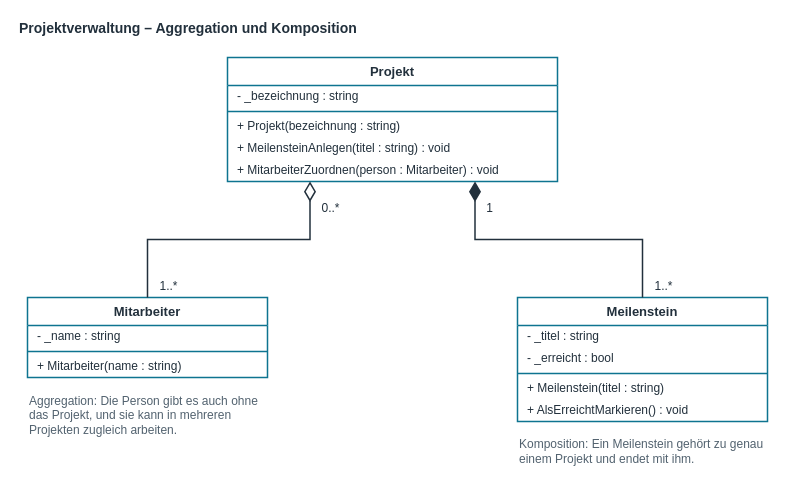
swop-bs/cheat-sheet keeps this draw.io diagram as methoden/uml/klassendiagramm_aggregation_komposition.drawio. Above is the earlier version. Source tidied: cells renumbered, new cells numbered last; positions are measured from the earlier drawing's top-left corner, leaving out a move shared by most shapes. Both pictures are drawn from the tidied source at 100%, with x=0, y=0 at pixel (17, 17).
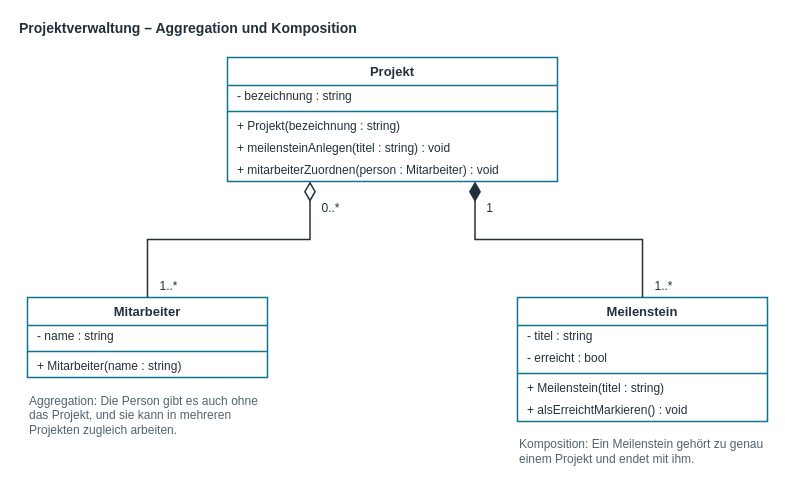
The same page after the edit.

Unchanged cells that the change refers to:
```xml
<mxCell id="3" value="Projekt" style="swimlane;fontStyle=1;align=center;verticalAlign=middle;horizontal=1;startSize=28;html=1;whiteSpace=wrap;fillColor=#FFFFFF;swimlaneFillColor=#FFFFFF;strokeColor=#0E7490;strokeWidth=1.5;fontFamily=Helvetica;fontSize=13;fontColor=#22303C;" parent="1" vertex="1">
  <mxGeometry x="210" y="40" width="330" height="124" as="geometry" />
</mxCell>
<mxCell id="9" value="Mitarbeiter" style="swimlane;fontStyle=1;align=center;verticalAlign=middle;horizontal=1;startSize=28;html=1;whiteSpace=wrap;fillColor=#FFFFFF;swimlaneFillColor=#FFFFFF;strokeColor=#0E7490;strokeWidth=1.5;fontFamily=Helvetica;fontSize=13;fontColor=#22303C;" parent="1" vertex="1">
  <mxGeometry x="10" y="280" width="240" height="80" as="geometry" />
</mxCell>
<mxCell id="13" value="Meilenstein" style="swimlane;fontStyle=1;align=center;verticalAlign=middle;horizontal=1;startSize=28;html=1;whiteSpace=wrap;fillColor=#FFFFFF;swimlaneFillColor=#FFFFFF;strokeColor=#0E7490;strokeWidth=1.5;fontFamily=Helvetica;fontSize=13;fontColor=#22303C;" parent="1" vertex="1">
  <mxGeometry x="500" y="280" width="250" height="124" as="geometry" />
</mxCell>
```

The edit, as a diff of the source:
```diff
@@
-    <mxCell id="4" value="- _bezeichnung : string" style="text;strokeColor=none;fillColor=none;align=left;verticalAlign=middle;spacingLeft=8;spacingRight=4;overflow=hidden;whiteSpace=wrap;html=1;fontFamily=Helvetica;fontSize=12;fontColor=#22303C;" parent="3" vertex="1">
+    <mxCell id="4" value="- bezeichnung : string" style="text;strokeColor=none;fillColor=none;align=left;verticalAlign=middle;spacingLeft=8;spacingRight=4;overflow=hidden;whiteSpace=wrap;html=1;fontFamily=Helvetica;fontSize=12;fontColor=#22303C;" parent="3" vertex="1">
       <mxGeometry y="28" width="330" height="22" as="geometry" />
     </mxCell>
@@
-    <mxCell id="7" value="+ MeilensteinAnlegen(titel : string) : void" style="text;strokeColor=none;fillColor=none;align=left;verticalAlign=middle;spacingLeft=8;spacingRight=4;overflow=hidden;whiteSpace=wrap;html=1;fontFamily=Helvetica;fontSize=12;fontColor=#22303C;" parent="3" vertex="1">
+    <mxCell id="7" value="+ meilensteinAnlegen(titel : string) : void" style="text;strokeColor=none;fillColor=none;align=left;verticalAlign=middle;spacingLeft=8;spacingRight=4;overflow=hidden;whiteSpace=wrap;html=1;fontFamily=Helvetica;fontSize=12;fontColor=#22303C;" parent="3" vertex="1">
       <mxGeometry y="80" width="330" height="22" as="geometry" />
     </mxCell>
-    <mxCell id="8" value="+ MitarbeiterZuordnen(person : Mitarbeiter) : void" style="text;strokeColor=none;fillColor=none;align=left;verticalAlign=middle;spacingLeft=8;spacingRight=4;overflow=hidden;whiteSpace=wrap;html=1;fontFamily=Helvetica;fontSize=12;fontColor=#22303C;" parent="3" vertex="1">
+    <mxCell id="8" value="+ mitarbeiterZuordnen(person : Mitarbeiter) : void" style="text;strokeColor=none;fillColor=none;align=left;verticalAlign=middle;spacingLeft=8;spacingRight=4;overflow=hidden;whiteSpace=wrap;html=1;fontFamily=Helvetica;fontSize=12;fontColor=#22303C;" parent="3" vertex="1">
       <mxGeometry y="102" width="330" height="22" as="geometry" />
     </mxCell>
@@
-    <mxCell id="10" value="- _name : string" style="text;strokeColor=none;fillColor=none;align=left;verticalAlign=middle;spacingLeft=8;spacingRight=4;overflow=hidden;whiteSpace=wrap;html=1;fontFamily=Helvetica;fontSize=12;fontColor=#22303C;" parent="9" vertex="1">
+    <mxCell id="10" value="- name : string" style="text;strokeColor=none;fillColor=none;align=left;verticalAlign=middle;spacingLeft=8;spacingRight=4;overflow=hidden;whiteSpace=wrap;html=1;fontFamily=Helvetica;fontSize=12;fontColor=#22303C;" parent="9" vertex="1">
       <mxGeometry y="28" width="240" height="22" as="geometry" />
     </mxCell>
@@
-    <mxCell id="14" value="- _titel : string" style="text;strokeColor=none;fillColor=none;align=left;verticalAlign=middle;spacingLeft=8;spacingRight=4;overflow=hidden;whiteSpace=wrap;html=1;fontFamily=Helvetica;fontSize=12;fontColor=#22303C;" parent="13" vertex="1">
+    <mxCell id="14" value="- titel : string" style="text;strokeColor=none;fillColor=none;align=left;verticalAlign=middle;spacingLeft=8;spacingRight=4;overflow=hidden;whiteSpace=wrap;html=1;fontFamily=Helvetica;fontSize=12;fontColor=#22303C;" parent="13" vertex="1">
       <mxGeometry y="28" width="250" height="22" as="geometry" />
     </mxCell>
-    <mxCell id="15" value="- _erreicht : bool" style="text;strokeColor=none;fillColor=none;align=left;verticalAlign=middle;spacingLeft=8;spacingRight=4;overflow=hidden;whiteSpace=wrap;html=1;fontFamily=Helvetica;fontSize=12;fontColor=#22303C;" parent="13" vertex="1">
+    <mxCell id="15" value="- erreicht : bool" style="text;strokeColor=none;fillColor=none;align=left;verticalAlign=middle;spacingLeft=8;spacingRight=4;overflow=hidden;whiteSpace=wrap;html=1;fontFamily=Helvetica;fontSize=12;fontColor=#22303C;" parent="13" vertex="1">
       <mxGeometry y="50" width="250" height="22" as="geometry" />
     </mxCell>
@@
-    <mxCell id="18" value="+ AlsErreichtMarkieren() : void" style="text;strokeColor=none;fillColor=none;align=left;verticalAlign=middle;spacingLeft=8;spacingRight=4;overflow=hidden;whiteSpace=wrap;html=1;fontFamily=Helvetica;fontSize=12;fontColor=#22303C;" parent="13" vertex="1">
+    <mxCell id="18" value="+ alsErreichtMarkieren() : void" style="text;strokeColor=none;fillColor=none;align=left;verticalAlign=middle;spacingLeft=8;spacingRight=4;overflow=hidden;whiteSpace=wrap;html=1;fontFamily=Helvetica;fontSize=12;fontColor=#22303C;" parent="13" vertex="1">
       <mxGeometry y="102" width="250" height="22" as="geometry" />
     </mxCell>
```
